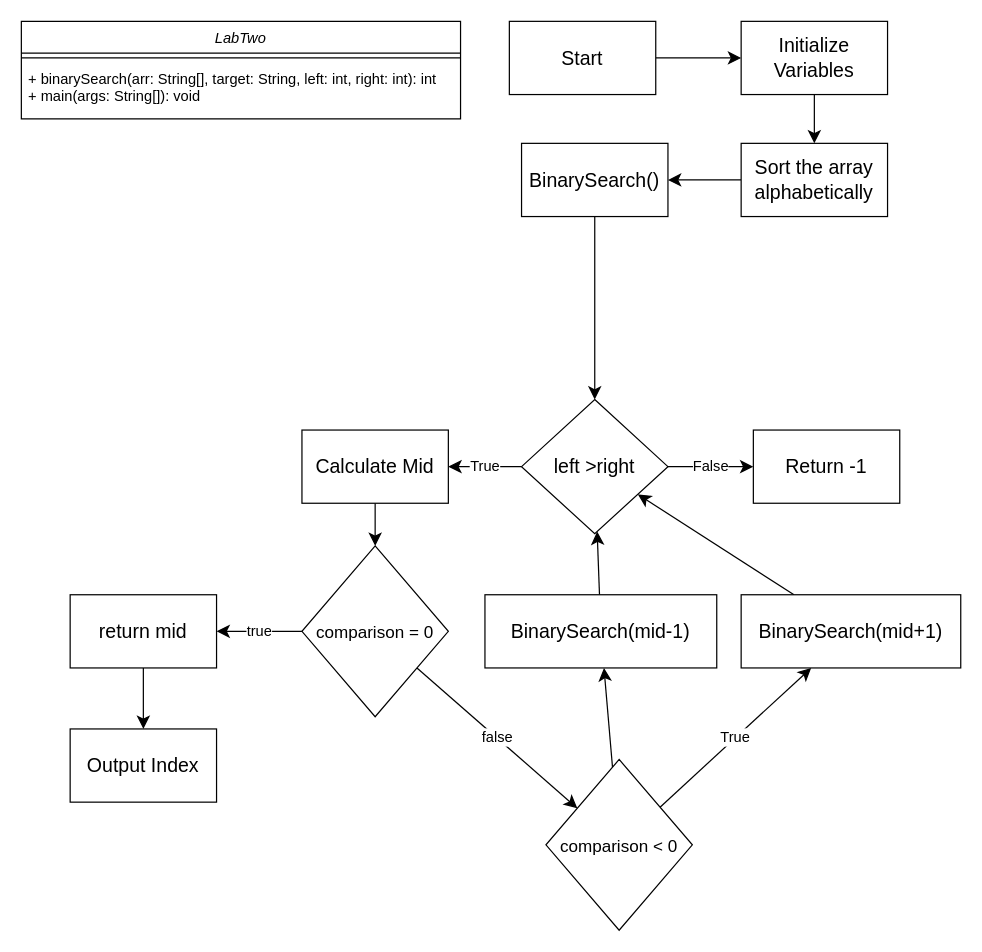
Earlier version of the draw.io diagram Untitled Diagram.drawio (EthanLawr/CISC213). Source tidied: cells renumbered, new cells numbered last; positions are measured from the earlier drawing's top-left corner, leaving out a move shared by most shapes. Both pictures are drawn from the tidied source at 122%, with x=0, y=0 at pixel (21, 21).
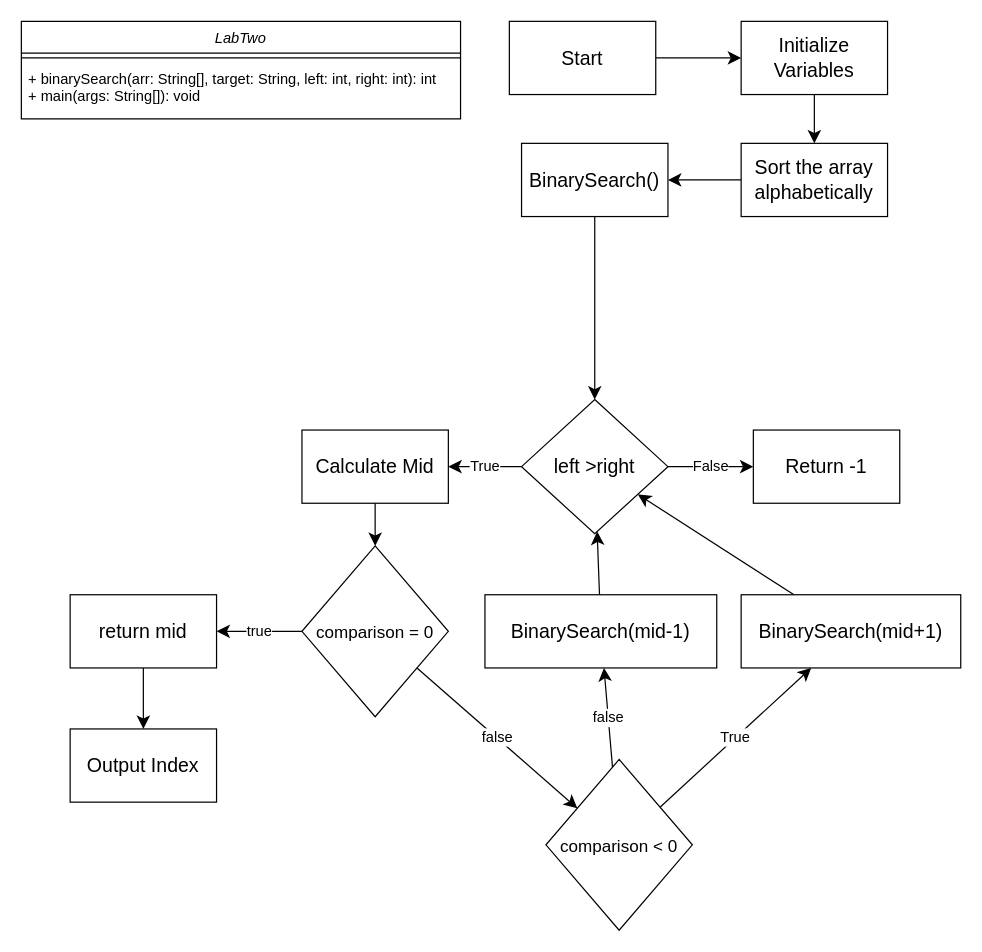
Above is the later version.

The change refers to these unchanged cells:
```xml
<mxCell id="27" value="&lt;font style=&quot;font-size: 14px;&quot;&gt;comparison &amp;lt; 0&lt;/font&gt;" style="rhombus;whiteSpace=wrap;html=1;fontSize=16;" parent="1" vertex="1">
  <mxGeometry x="430" y="605" width="120" height="140" as="geometry" />
</mxCell>
<mxCell id="31" value="BinarySearch(mid-1)" style="rounded=0;whiteSpace=wrap;html=1;fontSize=16;" parent="1" vertex="1">
  <mxGeometry x="380" y="470" width="190" height="60" as="geometry" />
</mxCell>
```

Diff of the diagram source:
```diff
@@
-    <mxCell id="26" style="edgeStyle=none;curved=1;rounded=0;jettySize=auto;html=1;fontSize=12;startSize=8;endSize=8;" parent="1" edge="1" source="27" target="31">
+    <mxCell id="26" value="false" style="edgeStyle=none;curved=1;rounded=0;jettySize=auto;html=1;fontSize=12;startSize=8;endSize=8;" parent="1" edge="1" source="27" target="31">
       <mxGeometry relative="1" as="geometry" />
     </mxCell>
```
